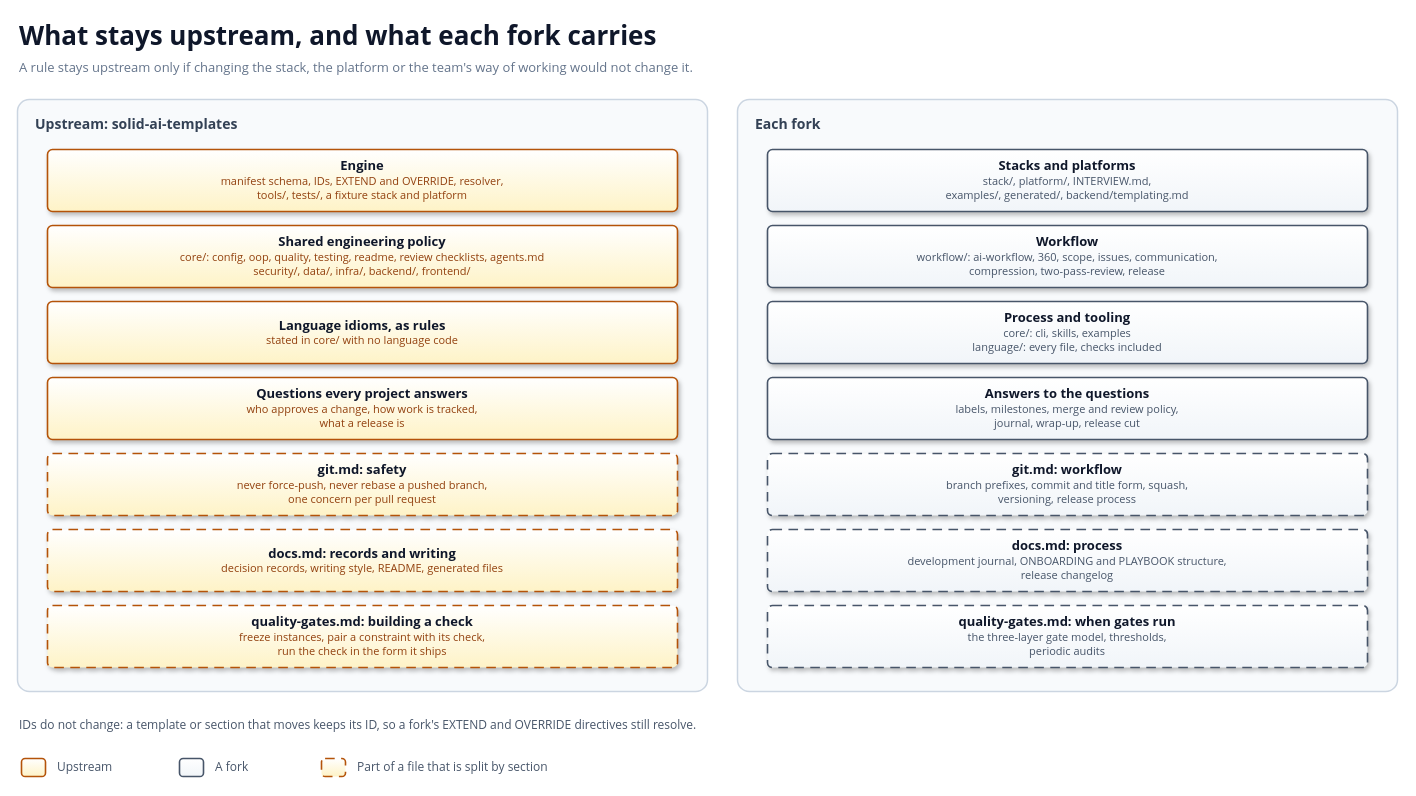
This is docs/diagrams/template-boundary.drawio from solid-ai-dev/solid-ai-templates, a draw.io file, before an edit. Source tidied: cells renumbered, new cells numbered last; positions are measured from the earlier drawing's top-left corner, leaving out a move shared by most shapes. Both pictures are drawn from the tidied source at 100%, with x=0, y=0 at pixel (17, 17).
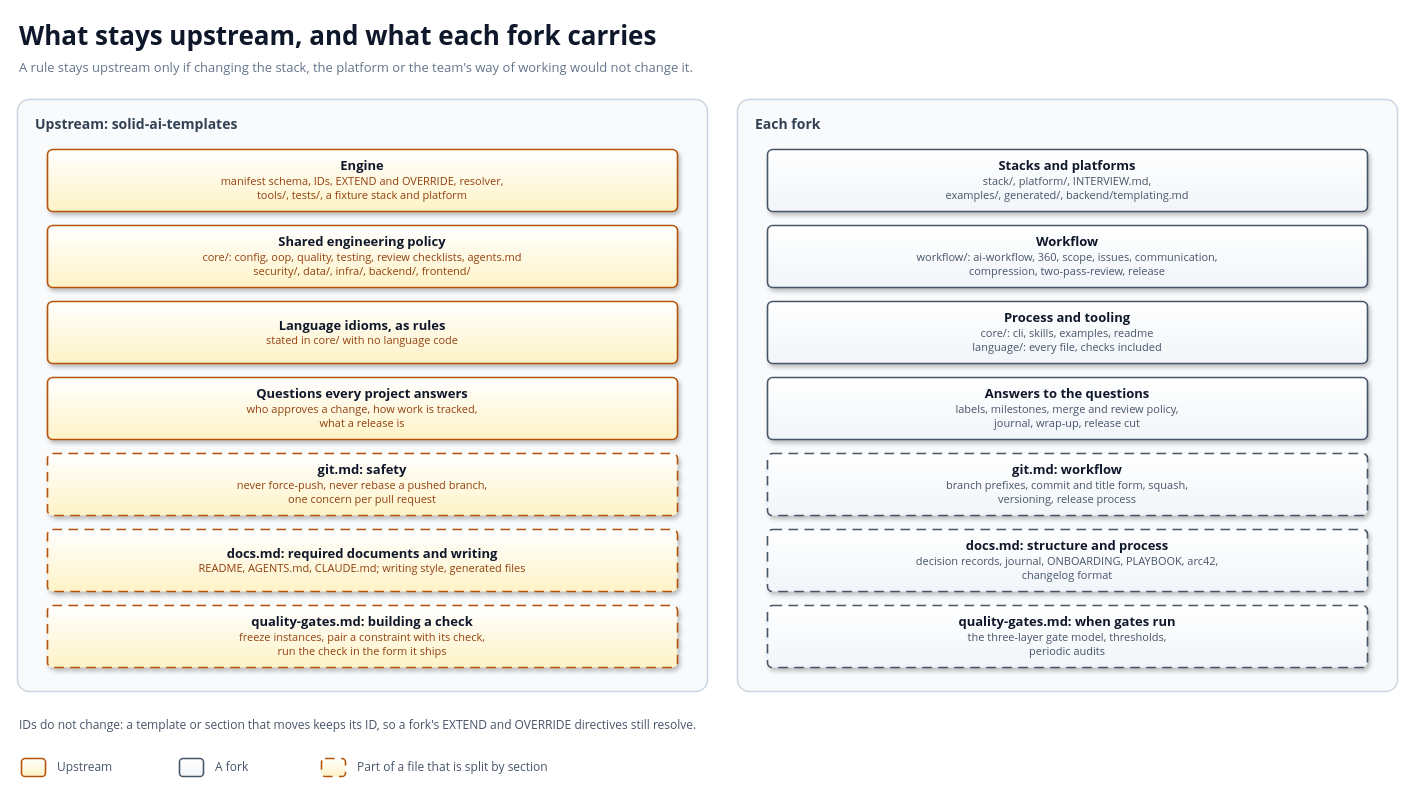
Above is the later version.

Commit message (it also covers changes not shown here):
docs(decisions): upstream requires README, AGENTS.md and CLAUDE.md and prescribes no structure (#1964)

Part of #1944.

What changed in the source:
```diff
@@
-    <mxCell id="7" value="&lt;b style='font-size:13px;color:#0F172A'&gt;Shared engineering policy&lt;/b&gt;&lt;br&gt;&lt;span style='font-size:11px;color:#92400E'&gt;core/: config, oop, quality, testing, readme, review checklists, agents.md&lt;br&gt;security/, data/, infra/, backend/, frontend/&lt;/span&gt;" style="rounded=1;arcSize=8;whiteSpace=wrap;html=1;fillColor=#FEF3C7;gradientColor=#FFFFFF;gradientDirection=north;strokeColor=#B45309;strokeWidth=1.6;shadow=1;align=center;fontFamily=Segoe UI;fontColor=#0F172A;spacing=6;" parent="1" vertex="1">
+    <mxCell id="7" value="&lt;b style='font-size:13px;color:#0F172A'&gt;Shared engineering policy&lt;/b&gt;&lt;br&gt;&lt;span style='font-size:11px;color:#92400E'&gt;core/: config, oop, quality, testing, review checklists, agents.md&lt;br&gt;security/, data/, infra/, backend/, frontend/&lt;/span&gt;" style="rounded=1;arcSize=8;whiteSpace=wrap;html=1;fillColor=#FEF3C7;gradientColor=#FFFFFF;gradientDirection=north;strokeColor=#B45309;strokeWidth=1.6;shadow=1;align=center;fontFamily=Segoe UI;fontColor=#0F172A;spacing=6;" parent="1" vertex="1">
       <mxGeometry x="30" y="208" width="630" height="62" as="geometry" />
     </mxCell>
@@
-    <mxCell id="11" value="&lt;b style='font-size:13px;color:#0F172A'&gt;docs.md: records and writing&lt;/b&gt;&lt;br&gt;&lt;span style='font-size:11px;color:#92400E'&gt;decision records, writing style, README, generated files&lt;/span&gt;" style="rounded=1;arcSize=8;whiteSpace=wrap;html=1;fillColor=#FEF3C7;gradientColor=#FFFFFF;gradientDirection=north;strokeColor=#B45309;strokeWidth=1.6;shadow=1;align=center;fontFamily=Segoe UI;fontColor=#0F172A;spacing=6;dashed=1;dashPattern=6 4;" parent="1" vertex="1">
+    <mxCell id="11" value="&lt;b style='font-size:13px;color:#0F172A'&gt;docs.md: required documents and writing&lt;/b&gt;&lt;br&gt;&lt;span style='font-size:11px;color:#92400E'&gt;README, AGENTS.md, CLAUDE.md; writing style, generated files&lt;/span&gt;" style="rounded=1;arcSize=8;whiteSpace=wrap;html=1;fillColor=#FEF3C7;gradientColor=#FFFFFF;gradientDirection=north;strokeColor=#B45309;strokeWidth=1.6;shadow=1;align=center;fontFamily=Segoe UI;fontColor=#0F172A;spacing=6;dashed=1;dashPattern=6 4;" parent="1" vertex="1">
       <mxGeometry x="30" y="512" width="630" height="62" as="geometry" />
     </mxCell>
@@
-    <mxCell id="15" value="&lt;b style='font-size:13px;color:#0F172A'&gt;Process and tooling&lt;/b&gt;&lt;br&gt;&lt;span style='font-size:11px;color:#475569'&gt;core/: cli, skills, examples&lt;br&gt;language/: every file, checks included&lt;/span&gt;" style="rounded=1;arcSize=8;whiteSpace=wrap;html=1;fillColor=#F1F5F9;gradientColor=#FFFFFF;gradientDirection=north;strokeColor=#475569;strokeWidth=1.6;shadow=1;align=center;fontFamily=Segoe UI;fontColor=#0F172A;spacing=6;" parent="1" vertex="1">
+    <mxCell id="15" value="&lt;b style='font-size:13px;color:#0F172A'&gt;Process and tooling&lt;/b&gt;&lt;br&gt;&lt;span style='font-size:11px;color:#475569'&gt;core/: cli, skills, examples, readme&lt;br&gt;language/: every file, checks included&lt;/span&gt;" style="rounded=1;arcSize=8;whiteSpace=wrap;html=1;fillColor=#F1F5F9;gradientColor=#FFFFFF;gradientDirection=north;strokeColor=#475569;strokeWidth=1.6;shadow=1;align=center;fontFamily=Segoe UI;fontColor=#0F172A;spacing=6;" parent="1" vertex="1">
       <mxGeometry x="750" y="284" width="600" height="62" as="geometry" />
     </mxCell>
@@
-    <mxCell id="18" value="&lt;b style='font-size:13px;color:#0F172A'&gt;docs.md: process&lt;/b&gt;&lt;br&gt;&lt;span style='font-size:11px;color:#475569'&gt;development journal, ONBOARDING and PLAYBOOK structure,&lt;br&gt;release changelog&lt;/span&gt;" style="rounded=1;arcSize=8;whiteSpace=wrap;html=1;fillColor=#F1F5F9;gradientColor=#FFFFFF;gradientDirection=north;strokeColor=#475569;strokeWidth=1.6;shadow=1;align=center;fontFamily=Segoe UI;fontColor=#0F172A;spacing=6;dashed=1;dashPattern=6 4;" parent="1" vertex="1">
+    <mxCell id="18" value="&lt;b style='font-size:13px;color:#0F172A'&gt;docs.md: structure and process&lt;/b&gt;&lt;br&gt;&lt;span style='font-size:11px;color:#475569'&gt;decision records, journal, ONBOARDING, PLAYBOOK, arc42,&lt;br&gt;changelog format&lt;/span&gt;" style="rounded=1;arcSize=8;whiteSpace=wrap;html=1;fillColor=#F1F5F9;gradientColor=#FFFFFF;gradientDirection=north;strokeColor=#475569;strokeWidth=1.6;shadow=1;align=center;fontFamily=Segoe UI;fontColor=#0F172A;spacing=6;dashed=1;dashPattern=6 4;" parent="1" vertex="1">
       <mxGeometry x="750" y="512" width="600" height="62" as="geometry" />
     </mxCell>
```
